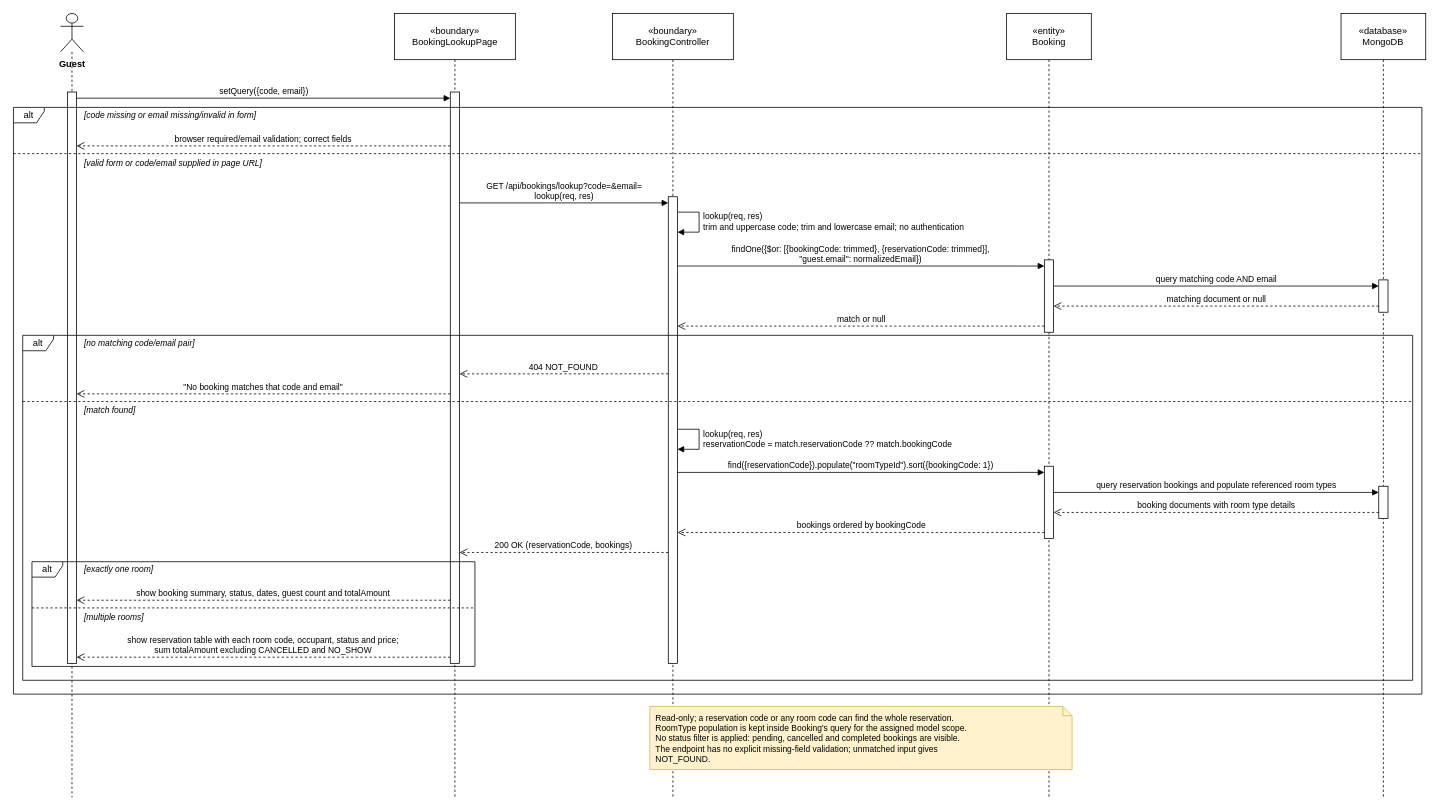
toikobi401/SWD392 keeps this draw.io diagram as final/diagrams/M3_Booking-And-Customer_Diagrams/sequence_diagrams/SD-12_UC-G13_CheckBookingStatus.drawio. Above is the earlier version. Source tidied: cells renumbered, new cells numbered last; positions are measured from the earlier drawing's top-left corner, leaving out a move shared by most shapes. Both pictures are drawn from the tidied source at 77%, with x=0, y=0 at pixel (13, 13).
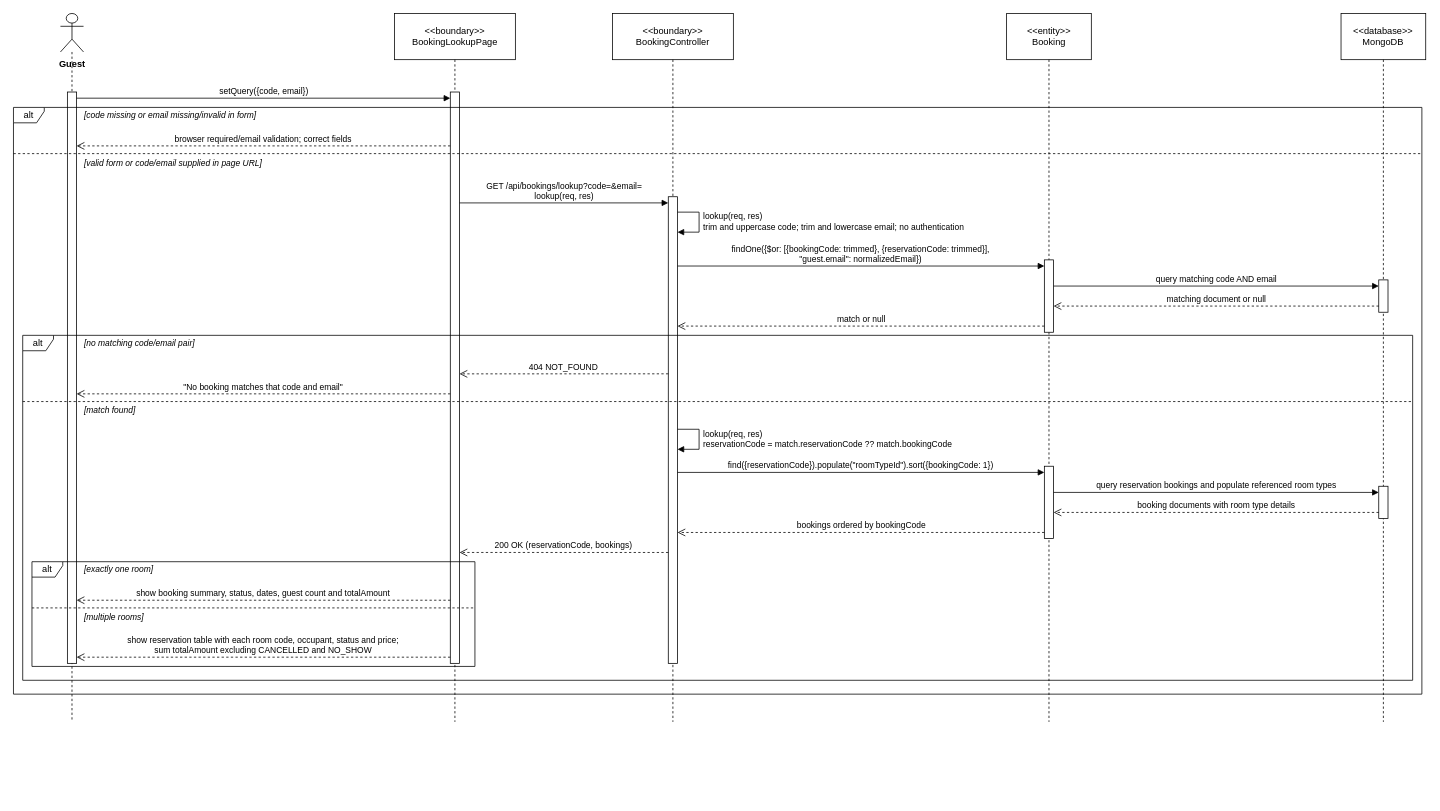
The same diagram, later.

The edit, as a diff of the source:
```diff
@@
     <mxCell id="2" value="Guest" style="shape=umlLifeline;participant=umlActor;perimeter=lifelinePerimeter;whiteSpace=nowrap;html=1;verticalAlign=top;spacingTop=52;size=50;fontStyle=1;" parent="1" vertex="1">
-      <mxGeometry x="61" width="30" height="1018" as="geometry" />
+      <mxGeometry x="61" width="30" height="920" as="geometry" />
     </mxCell>
-    <mxCell id="3" value="«boundary»&lt;br&gt;BookingLookupPage" style="shape=umlLifeline;perimeter=lifelinePerimeter;whiteSpace=wrap;html=1;size=60;" parent="1" vertex="1">
-      <mxGeometry x="494.8" width="157" height="1018" as="geometry" />
+    <mxCell id="3" value="&amp;lt;&amp;lt;boundary&amp;gt;&amp;gt;&lt;br&gt;BookingLookupPage" style="shape=umlLifeline;perimeter=lifelinePerimeter;whiteSpace=wrap;html=1;size=60;" parent="1" vertex="1">
+      <mxGeometry x="494.8" width="157" height="920" as="geometry" />
     </mxCell>
-    <mxCell id="4" value="«boundary»&lt;br&gt;BookingController" style="shape=umlLifeline;perimeter=lifelinePerimeter;whiteSpace=wrap;html=1;size=60;" parent="1" vertex="1">
-      <mxGeometry x="777.9" width="157" height="1018" as="geometry" />
+    <mxCell id="4" value="&amp;lt;&amp;lt;boundary&amp;gt;&amp;gt;&lt;br&gt;BookingController" style="shape=umlLifeline;perimeter=lifelinePerimeter;whiteSpace=wrap;html=1;size=60;" parent="1" vertex="1">
+      <mxGeometry x="777.9" width="157" height="920" as="geometry" />
     </mxCell>
-    <mxCell id="5" value="«entity»&lt;br&gt;Booking" style="shape=umlLifeline;perimeter=lifelinePerimeter;whiteSpace=wrap;html=1;size=60;" parent="1" vertex="1">
-      <mxGeometry x="1289.8" width="110" height="1018" as="geometry" />
+    <mxCell id="5" value="&amp;lt;&amp;lt;entity&amp;gt;&amp;gt;&lt;br&gt;Booking" style="shape=umlLifeline;perimeter=lifelinePerimeter;whiteSpace=wrap;html=1;size=60;" parent="1" vertex="1">
+      <mxGeometry x="1289.8" width="110" height="920" as="geometry" />
     </mxCell>
-    <mxCell id="6" value="«database»&lt;br&gt;MongoDB" style="shape=umlLifeline;perimeter=lifelinePerimeter;whiteSpace=wrap;html=1;size=60;" parent="1" vertex="1">
-      <mxGeometry x="1724.1" width="110" height="1018" as="geometry" />
+    <mxCell id="6" value="&amp;lt;&amp;lt;database&amp;gt;&amp;gt;&lt;br&gt;MongoDB" style="shape=umlLifeline;perimeter=lifelinePerimeter;whiteSpace=wrap;html=1;size=60;" parent="1" vertex="1">
+      <mxGeometry x="1724.1" width="110" height="920" as="geometry" />
     </mxCell>
@@
-    <mxCell id="26" value="Read-only; a reservation code or any room code can find the whole reservation.&lt;br&gt;RoomType population is kept inside Booking's query for the assigned model scope.&lt;br&gt;No status filter is applied: pending, cancelled and completed bookings are visible.&lt;br&gt;The endpoint has no explicit missing-field validation; unmatched input gives&lt;br&gt;NOT_FOUND." style="shape=note;whiteSpace=wrap;html=1;size=12;align=left;verticalAlign=top;spacingLeft=6;spacingTop=2;fontSize=11;fillColor=#fff2cc;strokeColor=#d6b656;" parent="1" vertex="1">
-      <mxGeometry x="826.4" y="900" width="548.4" height="82" as="geometry" />
-    </mxCell>
```
